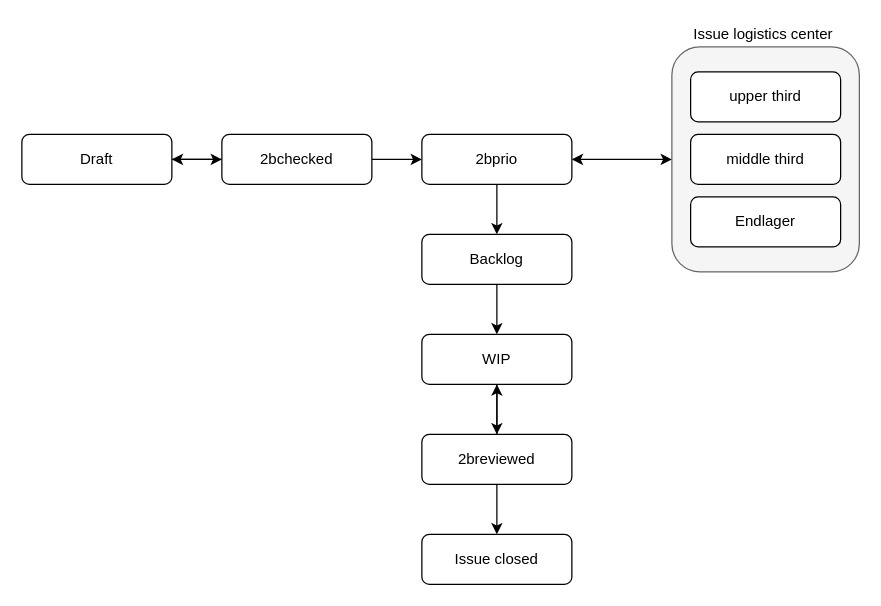
Earlier version of the draw.io diagram generic/issues/stateIssues.drawio (Commean/Info). Source tidied: cells renumbered, new cells numbered last; positions are measured from the earlier drawing's top-left corner, leaving out a move shared by most shapes. Both pictures are drawn from the tidied source at 125%, with x=0, y=0 at pixel (21, 21).
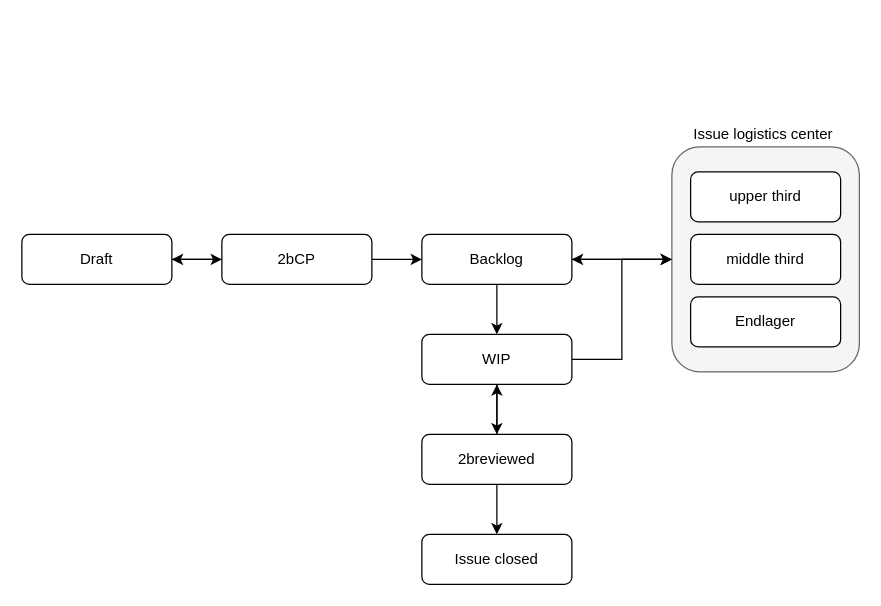
Above is the later version.

Unchanged cells that the change refers to:
```xml
<mxCell id="9" value="Backlog" style="rounded=1;whiteSpace=wrap;html=1;" parent="1" vertex="1">
  <mxGeometry x="320" y="170" width="120" height="40" as="geometry" />
</mxCell>
<mxCell id="11" value="WIP" style="rounded=1;whiteSpace=wrap;html=1;" parent="1" vertex="1">
  <mxGeometry x="320" y="250" width="120" height="40" as="geometry" />
</mxCell>
```

Diff of the diagram source:
```diff
@@
+    <mxCell id="23" style="edgeStyle=orthogonalEdgeStyle;rounded=0;jettySize=auto;html=1;entryX=1;entryY=0.5;entryDx=0;entryDy=0;fontColor=#FFFFFF;" parent="1" edge="1" source="2" target="9">
+      <mxGeometry relative="1" as="geometry" />
+    </mxCell>
     <mxCell id="2" style="rounded=1;whiteSpace=wrap;html=1;fillColor=#f5f5f5;strokeColor=#666666;fontColor=#333333;" parent="1" vertex="1">
-      <mxGeometry x="520" y="20" width="150" height="180" as="geometry" />
+      <mxGeometry x="520" y="100" width="150" height="180" as="geometry" />
     </mxCell>
-    <mxCell id="3" style="edgeStyle=orthogonalEdgeStyle;rounded=0;jettySize=auto;html=1;" parent="1" edge="1" source="4" target="18">
-      <mxGeometry relative="1" as="geometry" />
-    </mxCell>
-    <mxCell id="4" value="Draft" style="rounded=1;whiteSpace=wrap;html=1;" parent="1" vertex="1">
-      <mxGeometry y="90" width="120" height="40" as="geometry" />
-    </mxCell>
@@
-    <mxCell id="6" style="edgeStyle=orthogonalEdgeStyle;rounded=0;jettySize=auto;html=1;entryX=0;entryY=0.5;entryDx=0;entryDy=0;startArrow=classic;startFill=1;" parent="1" edge="1" source="7" target="2">
-      <mxGeometry relative="1" as="geometry" />
-    </mxCell>
+    <mxCell id="24" style="edgeStyle=orthogonalEdgeStyle;rounded=0;jettySize=auto;html=1;entryX=1;entryY=0.5;entryDx=0;entryDy=0;fontColor=#FFFFFF;" parent="1" edge="1" source="7" target="18">
+      <mxGeometry relative="1" as="geometry" />
+    </mxCell>
-    <mxCell id="7" value="2bprio" style="rounded=1;whiteSpace=wrap;html=1;" parent="1" vertex="1">
-      <mxGeometry x="320" y="90" width="120" height="40" as="geometry" />
+    <mxCell id="7" value="2bCP" style="rounded=1;whiteSpace=wrap;html=1;" parent="1" vertex="1">
+      <mxGeometry x="160" y="170" width="120" height="40" as="geometry" />
     </mxCell>
@@
+    <mxCell id="25" style="edgeStyle=orthogonalEdgeStyle;rounded=0;jettySize=auto;html=1;fontColor=#FFFFFF;" parent="1" edge="1" source="9">
+      <mxGeometry relative="1" as="geometry">
+        <mxPoint x="520" y="190" as="targetPoint" />
+      </mxGeometry>
+    </mxCell>
@@
+    <mxCell id="26" style="edgeStyle=orthogonalEdgeStyle;rounded=0;jettySize=auto;html=1;entryX=0;entryY=0.5;entryDx=0;entryDy=0;fontColor=#FFFFFF;" parent="1" edge="1" source="11" target="2">
+      <mxGeometry relative="1" as="geometry" />
+    </mxCell>
@@
-    <mxCell id="17" style="edgeStyle=orthogonalEdgeStyle;rounded=0;jettySize=auto;html=1;entryX=1;entryY=0.5;entryDx=0;entryDy=0;" parent="1" edge="1" source="18" target="4">
-      <mxGeometry relative="1" as="geometry" />
-    </mxCell>
-    <mxCell id="18" value="2bchecked" style="rounded=1;whiteSpace=wrap;html=1;" parent="1" vertex="1">
-      <mxGeometry x="160" y="90" width="120" height="40" as="geometry" />
+    <mxCell id="18" value="Draft" style="rounded=1;whiteSpace=wrap;html=1;" parent="1" vertex="1">
+      <mxGeometry y="170" width="120" height="40" as="geometry" />
     </mxCell>
     <mxCell id="19" value="upper third" style="rounded=1;whiteSpace=wrap;html=1;" parent="1" vertex="1">
-      <mxGeometry x="535" y="40" width="120" height="40" as="geometry" />
+      <mxGeometry x="535" y="120" width="120" height="40" as="geometry" />
     </mxCell>
     <mxCell id="20" value="middle third" style="rounded=1;whiteSpace=wrap;html=1;" parent="1" vertex="1">
-      <mxGeometry x="535" y="90" width="120" height="40" as="geometry" />
+      <mxGeometry x="535" y="170" width="120" height="40" as="geometry" />
     </mxCell>
     <mxCell id="21" value="Endlager" style="rounded=1;whiteSpace=wrap;html=1;" parent="1" vertex="1">
-      <mxGeometry x="535" y="140" width="120" height="40" as="geometry" />
+      <mxGeometry x="535" y="220" width="120" height="40" as="geometry" />
     </mxCell>
     <mxCell id="22" value="Issue logistics center&amp;nbsp;" style="text;html=1;strokeColor=none;fillColor=none;align=center;verticalAlign=middle;whiteSpace=wrap;rounded=0;" parent="1" vertex="1">
-      <mxGeometry x="525" width="140" height="20" as="geometry" />
+      <mxGeometry x="525" y="80" width="140" height="20" as="geometry" />
     </mxCell>
```
